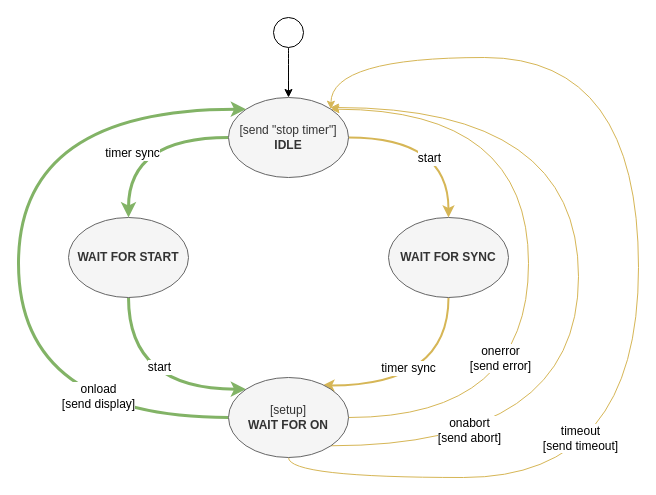
Above: page "CallbackLogic State Machine" (6 of 8) of drawing.drawio in guitarvydas/ag-js-3 (draw.io), before the change. Source tidied: cells renumbered, new cells numbered last; positions are measured from the earlier drawing's top-left corner, leaving out a move shared by most shapes. Both pictures are drawn from the tidied source at 100%, with x=0, y=0 at pixel (18, 17).
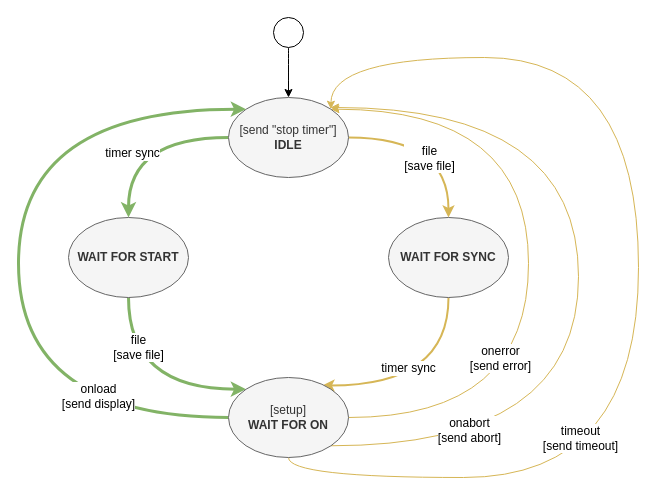
After the change.

The change refers to these unchanged cells:
```xml
<mxCell id="2" style="edgeStyle=orthogonalEdgeStyle;curved=1;jettySize=auto;html=1;exitX=1;exitY=0.5;exitDx=0;exitDy=0;entryX=0.5;entryY=0;entryDx=0;entryDy=0;fillColor=#fff2cc;strokeColor=#d6b656;strokeWidth=2;" parent="1" edge="1" source="6" target="14">
  <mxGeometry relative="1" as="geometry" />
</mxCell>
<mxCell id="9" style="edgeStyle=orthogonalEdgeStyle;curved=1;jettySize=auto;html=1;entryX=0;entryY=0;entryDx=0;entryDy=0;exitX=0.5;exitY=1;exitDx=0;exitDy=0;fillColor=#d5e8d4;strokeColor=#82b366;strokeWidth=3;" parent="1" edge="1" source="11" target="23">
  <mxGeometry relative="1" as="geometry">
    <Array as="points">
      <mxPoint x="110" y="372" />
    </Array>
  </mxGeometry>
</mxCell>
```

The edit, as a diff of the source:
```diff
@@
-    <mxCell id="3" value="start" style="text;html=1;align=center;verticalAlign=middle;labelBackgroundColor=#ffffff;" parent="2" vertex="1">
+    <mxCell id="3" value="file&lt;br&gt;[save file]" style="text;html=1;align=center;verticalAlign=middle;labelBackgroundColor=#ffffff;" parent="2" vertex="1">
       <mxGeometry x="0.01" y="-7" relative="1" as="geometry">
         <mxPoint x="-11" y="13" as="offset" />
       </mxGeometry>
     </mxCell>
@@
-    <mxCell id="10" value="start" style="text;html=1;align=center;verticalAlign=middle;labelBackgroundColor=#ffffff;" parent="9" vertex="1">
+    <mxCell id="10" value="file&lt;br&gt;[save file]" style="text;html=1;align=center;verticalAlign=middle;labelBackgroundColor=#ffffff;" parent="9" vertex="1">
       <mxGeometry x="0.17" y="-8" relative="1" as="geometry">
-        <mxPoint y="-30" as="offset" />
+        <mxPoint x="-21" y="-50" as="offset" />
       </mxGeometry>
     </mxCell>
```
